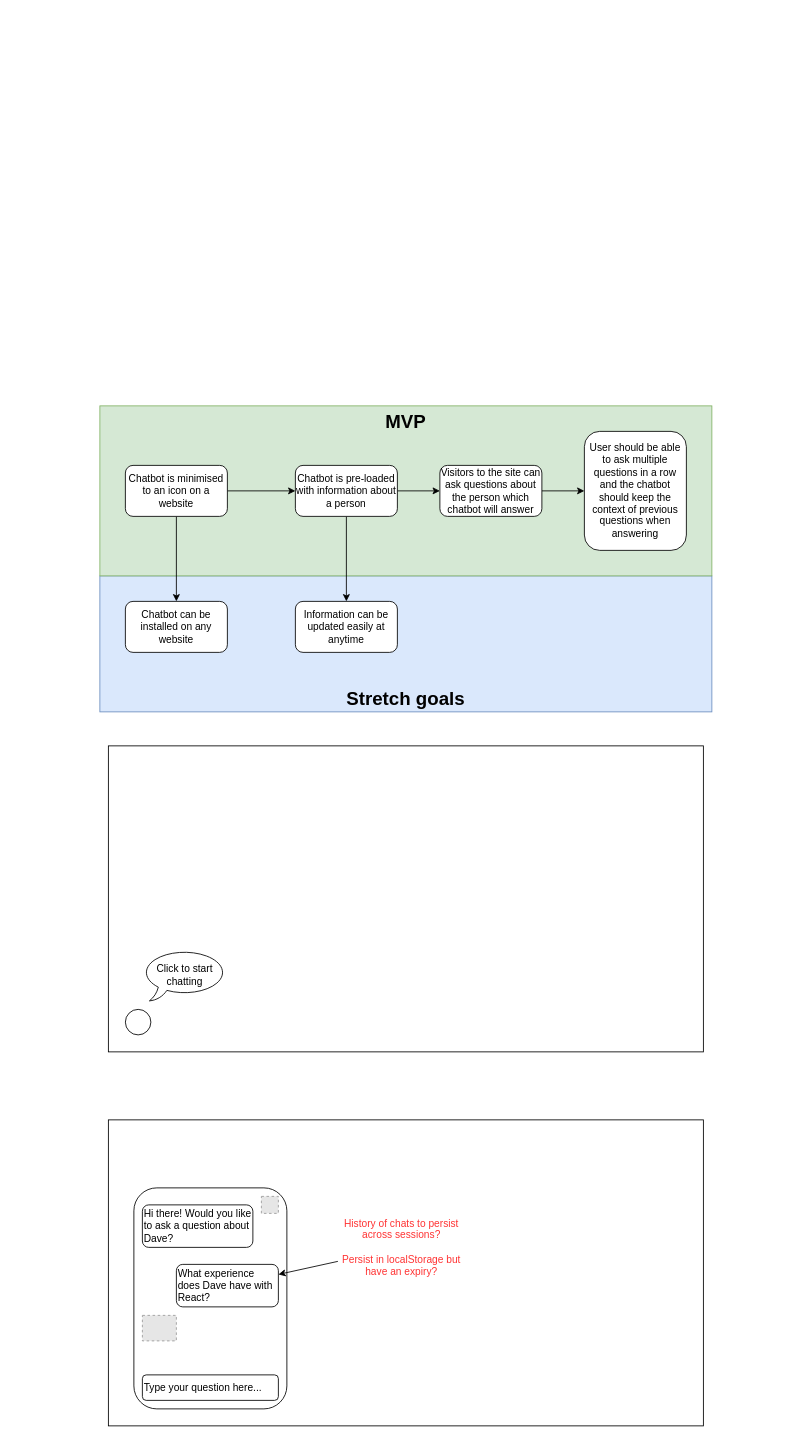
davedonnellydev/ai-august-2025-04 keeps this draw.io diagram as ai-august-2025-04.drawio. Above is the earlier version. Source tidied: cells renumbered, new cells numbered last; positions are measured from the earlier drawing's top-left corner, leaving out a move shared by most shapes. Both pictures are drawn from the tidied source at 85%, with x=0, y=0 at pixel (99, 405). Pictures stored in the file or linked from it are replaced by grey dashed boxes.
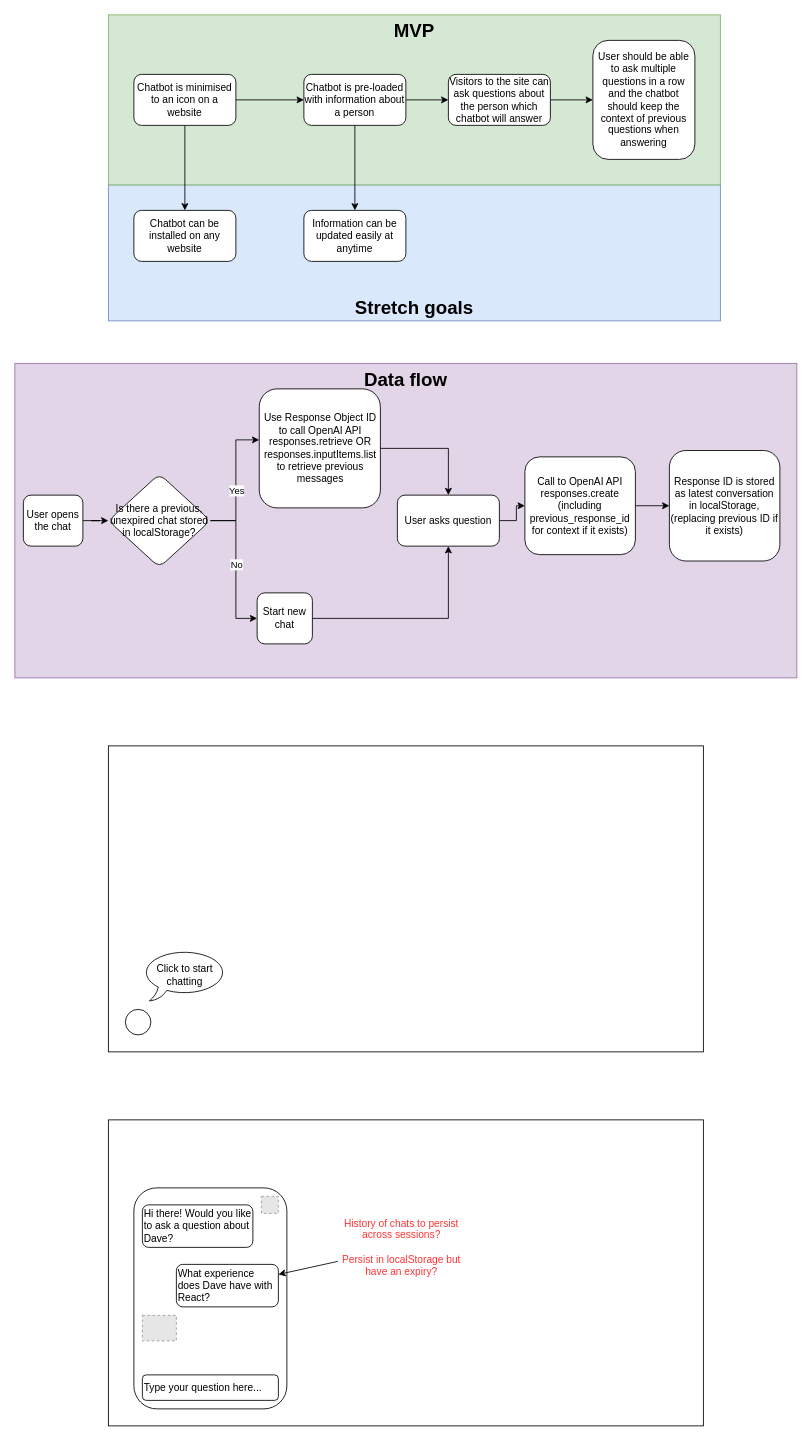
The same diagram, later.

Change to the diagram source:
```diff
@@
     <mxCell id="2" value="&lt;div&gt;Stretch goals&lt;/div&gt;" style="rounded=0;whiteSpace=wrap;html=1;fillColor=#dae8fc;strokeColor=#6c8ebf;fontStyle=1;verticalAlign=bottom;fontSize=22;" parent="1" vertex="1">
-      <mxGeometry y="200" width="720" height="160" as="geometry" />
+      <mxGeometry x="10" y="-260" width="720" height="160" as="geometry" />
     </mxCell>
     <mxCell id="3" value="MVP" style="rounded=0;whiteSpace=wrap;html=1;fillColor=#d5e8d4;strokeColor=#82b366;fontStyle=1;fontSize=22;verticalAlign=top;" parent="1" vertex="1">
-      <mxGeometry width="720" height="200" as="geometry" />
+      <mxGeometry x="10" y="-460" width="720" height="200" as="geometry" />
     </mxCell>
@@
     <mxCell id="6" value="Chatbot is minimised to an icon on a website" style="rounded=1;whiteSpace=wrap;html=1;" parent="1" vertex="1">
-      <mxGeometry x="30" y="70" width="120" height="60" as="geometry" />
+      <mxGeometry x="40" y="-390" width="120" height="60" as="geometry" />
     </mxCell>
@@
     <mxCell id="9" value="Chatbot is pre-loaded with information about a person" style="whiteSpace=wrap;html=1;rounded=1;" parent="1" vertex="1">
-      <mxGeometry x="230" y="70" width="120" height="60" as="geometry" />
+      <mxGeometry x="240" y="-390" width="120" height="60" as="geometry" />
     </mxCell>
@@
     <mxCell id="11" value="Visitors to the site can ask questions about the person which chatbot will answer" style="whiteSpace=wrap;html=1;rounded=1;" parent="1" vertex="1">
-      <mxGeometry x="400" y="70" width="120" height="60" as="geometry" />
+      <mxGeometry x="410" y="-390" width="120" height="60" as="geometry" />
     </mxCell>
     <mxCell id="12" value="Information can be updated easily at anytime" style="whiteSpace=wrap;html=1;rounded=1;" parent="1" vertex="1">
-      <mxGeometry x="230" y="230" width="120" height="60" as="geometry" />
+      <mxGeometry x="240" y="-230" width="120" height="60" as="geometry" />
     </mxCell>
     <mxCell id="13" value="User should be able to ask multiple questions in a row and the chatbot should keep the context of previous questions when answering" style="whiteSpace=wrap;html=1;rounded=1;" parent="1" vertex="1">
-      <mxGeometry x="570" y="30" width="120" height="140" as="geometry" />
+      <mxGeometry x="580" y="-430" width="120" height="140" as="geometry" />
     </mxCell>
     <mxCell id="14" value="Chatbot can be installed on any website" style="rounded=1;whiteSpace=wrap;html=1;" parent="1" vertex="1">
-      <mxGeometry x="30" y="230" width="120" height="60" as="geometry" />
+      <mxGeometry x="40" y="-230" width="120" height="60" as="geometry" />
     </mxCell>
@@
+    <mxCell id="27" value="&lt;b&gt;Data flow&lt;/b&gt;" style="rounded=0;whiteSpace=wrap;html=1;fillColor=#e1d5e7;strokeColor=#9673a6;fontSize=22;verticalAlign=top;" parent="1" vertex="1">
+      <mxGeometry x="-100" y="-50" width="920" height="370" as="geometry" />
+    </mxCell>
+    <mxCell id="28" style="edgeStyle=orthogonalEdgeStyle;rounded=0;jettySize=auto;html=1;" parent="1" edge="1" source="29" target="34">
+      <mxGeometry relative="1" as="geometry" />
+    </mxCell>
+    <mxCell id="29" value="User opens the chat" style="rounded=1;whiteSpace=wrap;html=1;" parent="1" vertex="1">
+      <mxGeometry x="-90" y="105" width="70" height="60" as="geometry" />
+    </mxCell>
+    <mxCell id="30" style="edgeStyle=orthogonalEdgeStyle;rounded=0;jettySize=auto;html=1;" parent="1" edge="1" source="34" target="36">
+      <mxGeometry relative="1" as="geometry">
+        <Array as="points">
+          <mxPoint x="160" y="135" />
+          <mxPoint x="160" y="40" />
+        </Array>
+      </mxGeometry>
+    </mxCell>
+    <mxCell id="31" value="Yes" style="edgeLabel;html=1;align=center;verticalAlign=middle;" parent="30" vertex="1">
+      <mxGeometry x="-0.14" relative="1" as="geometry" />
+    </mxCell>
+    <mxCell id="32" style="edgeStyle=orthogonalEdgeStyle;rounded=0;jettySize=auto;html=1;entryX=0;entryY=0.5;entryDx=0;entryDy=0;" parent="1" edge="1" source="34" target="38">
+      <mxGeometry relative="1" as="geometry">
+        <Array as="points">
+          <mxPoint x="160" y="135" />
+          <mxPoint x="160" y="250" />
+        </Array>
+      </mxGeometry>
+    </mxCell>
+    <mxCell id="33" value="No" style="edgeLabel;html=1;align=center;verticalAlign=middle;" parent="32" vertex="1">
+      <mxGeometry x="-0.05" relative="1" as="geometry" />
+    </mxCell>
+    <mxCell id="34" value="Is there a previous, unexpired chat stored in localStorage?" style="rhombus;whiteSpace=wrap;html=1;rounded=1;" parent="1" vertex="1">
+      <mxGeometry x="10" y="80" width="120" height="110" as="geometry" />
+    </mxCell>
+    <mxCell id="35" style="edgeStyle=orthogonalEdgeStyle;rounded=0;jettySize=auto;html=1;exitX=1;exitY=0.5;exitDx=0;exitDy=0;entryX=0.5;entryY=0;entryDx=0;entryDy=0;" parent="1" edge="1" source="36" target="40">
+      <mxGeometry relative="1" as="geometry" />
+    </mxCell>
+    <mxCell id="36" value="Use Response Object ID to call OpenAI API responses.retrieve OR responses.inputItems.list to retrieve previous messages" style="whiteSpace=wrap;html=1;rounded=1;" parent="1" vertex="1">
+      <mxGeometry x="187.5" y="-20" width="142.5" height="140" as="geometry" />
+    </mxCell>
+    <mxCell id="37" style="edgeStyle=orthogonalEdgeStyle;rounded=0;jettySize=auto;html=1;" parent="1" edge="1" source="38" target="40">
+      <mxGeometry relative="1" as="geometry" />
+    </mxCell>
+    <mxCell id="38" value="Start new chat" style="whiteSpace=wrap;html=1;rounded=1;" parent="1" vertex="1">
+      <mxGeometry x="185" y="220" width="65" height="60" as="geometry" />
+    </mxCell>
+    <mxCell id="39" style="edgeStyle=orthogonalEdgeStyle;rounded=0;jettySize=auto;html=1;entryX=0;entryY=0.5;entryDx=0;entryDy=0;" parent="1" edge="1" source="40" target="42">
+      <mxGeometry relative="1" as="geometry" />
+    </mxCell>
+    <mxCell id="40" value="User asks question" style="rounded=1;whiteSpace=wrap;html=1;" parent="1" vertex="1">
+      <mxGeometry x="350" y="105" width="120" height="60" as="geometry" />
+    </mxCell>
+    <mxCell id="41" style="edgeStyle=orthogonalEdgeStyle;rounded=0;jettySize=auto;html=1;" parent="1" edge="1" source="42" target="43">
+      <mxGeometry relative="1" as="geometry" />
+    </mxCell>
+    <mxCell id="42" value="Call to OpenAI API responses.create (including previous_response_id for context if it exists)" style="whiteSpace=wrap;html=1;rounded=1;" parent="1" vertex="1">
+      <mxGeometry x="500" y="60" width="130" height="115" as="geometry" />
+    </mxCell>
+    <mxCell id="43" value="Response ID is stored as latest conversation in localStorage, (replacing previous ID if it exists)" style="whiteSpace=wrap;html=1;rounded=1;" parent="1" vertex="1">
+      <mxGeometry x="670" y="52.5" width="130" height="130" as="geometry" />
+    </mxCell>
```
